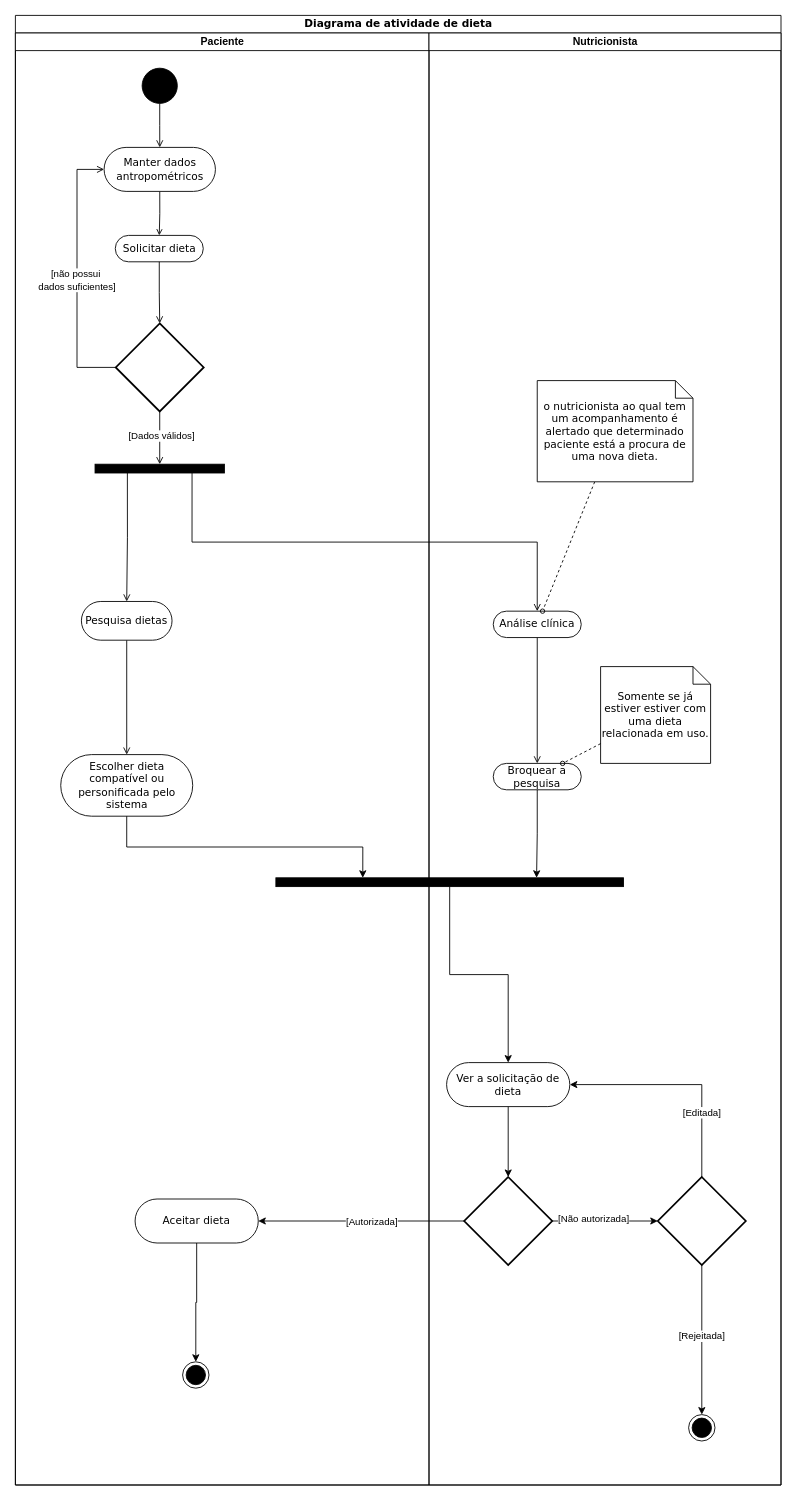
The draw.io diagram diagrama_de_atividade_3.drawio in ProjetoDelimeterSite/DelimeterDocumantacao, before the edit. Source tidied: cells renumbered, new cells numbered last; positions are measured from the earlier drawing's top-left corner, leaving out a move shared by most shapes. Both pictures are drawn from the tidied source at 88%, with x=0, y=0 at pixel (15, 15).
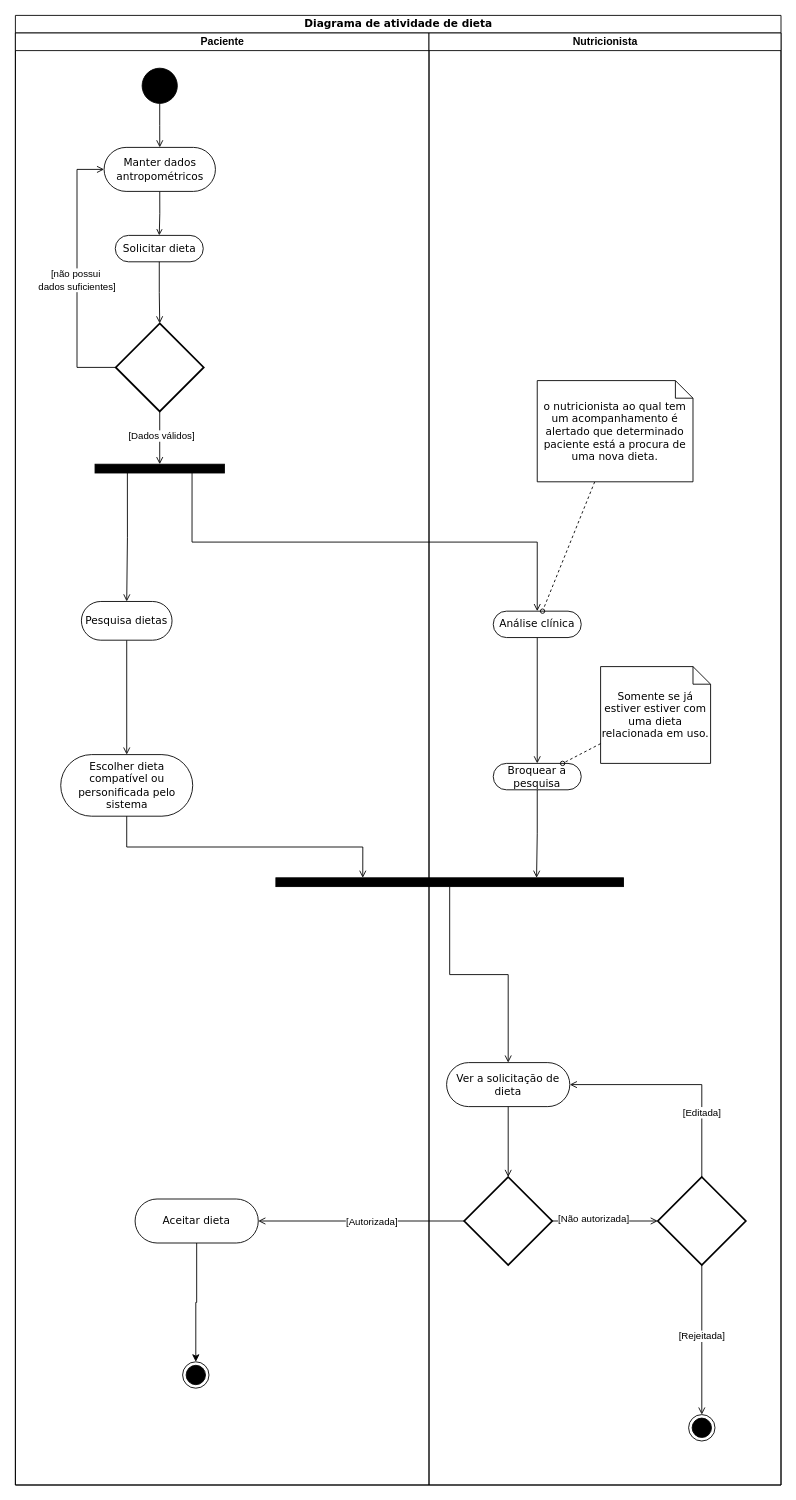
The same page after the edit.

The change refers to these unchanged cells:
```xml
<mxCell id="2" value="Diagrama de atividade de dieta" style="swimlane;html=1;startSize=20;rounded=0;shadow=0;comic=0;labelBackgroundColor=none;strokeWidth=1;fontFamily=Verdana;fontSize=12;align=center;" parent="1" vertex="1">
  <mxGeometry width="870" height="1670" as="geometry" />
</mxCell>
<mxCell id="19" value="Escolher dieta compatível ou personificada pelo sistema" style="rounded=1;whiteSpace=wrap;html=1;shadow=0;comic=0;labelBackgroundColor=none;strokeWidth=1;fontFamily=Verdana;fontSize=12;align=center;arcSize=50;" parent="3" vertex="1">
  <mxGeometry x="51.5" y="820" width="150" height="70" as="geometry" />
</mxCell>
<mxCell id="22" value="Aceitar dieta" style="rounded=1;whiteSpace=wrap;html=1;shadow=0;comic=0;labelBackgroundColor=none;strokeWidth=1;fontFamily=Verdana;fontSize=12;align=center;arcSize=50;" parent="3" vertex="1">
  <mxGeometry x="136" y="1325" width="140" height="50" as="geometry" />
</mxCell>
<mxCell id="25" value="Nutricionista" style="swimlane;html=1;startSize=20;" parent="2" vertex="1">
  <mxGeometry x="470" y="20" width="400" height="1650" as="geometry" />
</mxCell>
<mxCell id="30" value="Broquear a pesquisa" style="rounded=1;whiteSpace=wrap;html=1;shadow=0;comic=0;labelBackgroundColor=none;strokeWidth=1;fontFamily=Verdana;fontSize=12;align=center;arcSize=50;" parent="25" vertex="1">
  <mxGeometry x="73" y="830" width="100" height="30" as="geometry" />
</mxCell>
<mxCell id="34" style="whiteSpace=wrap;html=1;rounded=0;shadow=0;comic=0;labelBackgroundColor=none;strokeWidth=1;fillColor=#000000;fontFamily=Verdana;fontSize=12;align=center;rotation=0;" parent="25" vertex="1">
  <mxGeometry x="-174" y="960" width="395" height="10" as="geometry" />
</mxCell>
<mxCell id="37" value="Ver a solicitação de dieta" style="rounded=1;whiteSpace=wrap;html=1;shadow=0;comic=0;labelBackgroundColor=none;strokeWidth=1;fontFamily=Verdana;fontSize=12;align=center;arcSize=50;" parent="25" vertex="1">
  <mxGeometry x="20" y="1170" width="140" height="50" as="geometry" />
</mxCell>
<mxCell id="38" style="strokeWidth=2;html=1;shape=mxgraph.flowchart.decision;whiteSpace=wrap;" parent="25" vertex="1">
  <mxGeometry x="40" y="1300" width="100" height="100" as="geometry" />
</mxCell>
<mxCell id="41" style="ellipse;html=1;shape=endState;fillColor=strokeColor;" parent="25" vertex="1">
  <mxGeometry x="295" y="1570" width="30" height="30" as="geometry" />
</mxCell>
<mxCell id="46" style="strokeWidth=2;html=1;shape=mxgraph.flowchart.decision;whiteSpace=wrap;" parent="25" vertex="1">
  <mxGeometry x="260" y="1300" width="100" height="100" as="geometry" />
</mxCell>
```

What changed in the source:
```diff
@@
-    <mxCell id="24" style="edgeStyle=orthogonalEdgeStyle;rounded=0;jettySize=auto;html=1;entryX=0.25;entryY=0;entryDx=0;entryDy=0;exitX=0.5;exitY=1;exitDx=0;exitDy=0;" parent="2" edge="1" source="19" target="34">
+    <mxCell id="24" style="edgeStyle=orthogonalEdgeStyle;rounded=0;jettySize=auto;html=1;entryX=0.25;entryY=0;entryDx=0;entryDy=0;exitX=0.5;exitY=1;exitDx=0;exitDy=0;endArrow=open;endFill=0;" parent="2" edge="1" source="19" target="34">
       <mxGeometry relative="1" as="geometry" />
     </mxCell>
@@
-    <mxCell id="33" style="edgeStyle=orthogonalEdgeStyle;rounded=0;jettySize=auto;html=1;entryX=0.5;entryY=0;entryDx=0;entryDy=0;" parent="25" edge="1" source="34" target="37">
+    <mxCell id="33" style="edgeStyle=orthogonalEdgeStyle;rounded=0;jettySize=auto;html=1;entryX=0.5;entryY=0;entryDx=0;entryDy=0;endArrow=open;endFill=0;" parent="25" edge="1" source="34" target="37">
       <mxGeometry relative="1" as="geometry" />
     </mxCell>
@@
-    <mxCell id="35" style="edgeStyle=orthogonalEdgeStyle;rounded=0;jettySize=auto;html=1;entryX=0.75;entryY=0;entryDx=0;entryDy=0;" parent="25" edge="1" source="30" target="34">
+    <mxCell id="35" style="edgeStyle=orthogonalEdgeStyle;rounded=0;jettySize=auto;html=1;entryX=0.75;entryY=0;entryDx=0;entryDy=0;endArrow=open;endFill=0;" parent="25" edge="1" source="30" target="34">
       <mxGeometry relative="1" as="geometry" />
     </mxCell>
-    <mxCell id="36" style="edgeStyle=orthogonalEdgeStyle;rounded=0;jettySize=auto;html=1;" parent="25" edge="1" source="37" target="38">
+    <mxCell id="36" style="edgeStyle=orthogonalEdgeStyle;rounded=0;jettySize=auto;html=1;endArrow=open;endFill=0;" parent="25" edge="1" source="37" target="38">
       <mxGeometry relative="1" as="geometry" />
     </mxCell>
@@
-    <mxCell id="39" style="edgeStyle=orthogonalEdgeStyle;rounded=0;jettySize=auto;html=1;entryX=0;entryY=0.5;entryDx=0;entryDy=0;entryPerimeter=0;" parent="25" edge="1" source="38" target="46">
+    <mxCell id="39" style="edgeStyle=orthogonalEdgeStyle;rounded=0;jettySize=auto;html=1;entryX=0;entryY=0.5;entryDx=0;entryDy=0;entryPerimeter=0;endArrow=open;endFill=0;" parent="25" edge="1" source="38" target="46">
       <mxGeometry relative="1" as="geometry" />
     </mxCell>
@@
-    <mxCell id="42" style="edgeStyle=orthogonalEdgeStyle;rounded=0;jettySize=auto;html=1;entryX=0.5;entryY=0;entryDx=0;entryDy=0;" parent="25" edge="1" source="46" target="41">
+    <mxCell id="42" style="edgeStyle=orthogonalEdgeStyle;rounded=0;jettySize=auto;html=1;entryX=0.5;entryY=0;entryDx=0;entryDy=0;endArrow=open;endFill=0;" parent="25" edge="1" source="46" target="41">
       <mxGeometry relative="1" as="geometry" />
     </mxCell>
@@
-    <mxCell id="44" style="edgeStyle=orthogonalEdgeStyle;rounded=0;jettySize=auto;html=1;entryX=1;entryY=0.5;entryDx=0;entryDy=0;exitX=0.5;exitY=0;exitDx=0;exitDy=0;exitPerimeter=0;" parent="25" edge="1" source="46" target="37">
+    <mxCell id="44" style="edgeStyle=orthogonalEdgeStyle;rounded=0;jettySize=auto;html=1;entryX=1;entryY=0.5;entryDx=0;entryDy=0;exitX=0.5;exitY=0;exitDx=0;exitDy=0;exitPerimeter=0;endArrow=open;endFill=0;" parent="25" edge="1" source="46" target="37">
       <mxGeometry relative="1" as="geometry" />
     </mxCell>
@@
-    <mxCell id="47" style="edgeStyle=orthogonalEdgeStyle;rounded=0;jettySize=auto;html=1;entryX=1;entryY=0.5;entryDx=0;entryDy=0;" parent="2" edge="1" source="38" target="22">
+    <mxCell id="47" style="edgeStyle=orthogonalEdgeStyle;rounded=0;jettySize=auto;html=1;entryX=1;entryY=0.5;entryDx=0;entryDy=0;endArrow=open;endFill=0;" parent="2" edge="1" source="38" target="22">
       <mxGeometry relative="1" as="geometry" />
     </mxCell>
```
